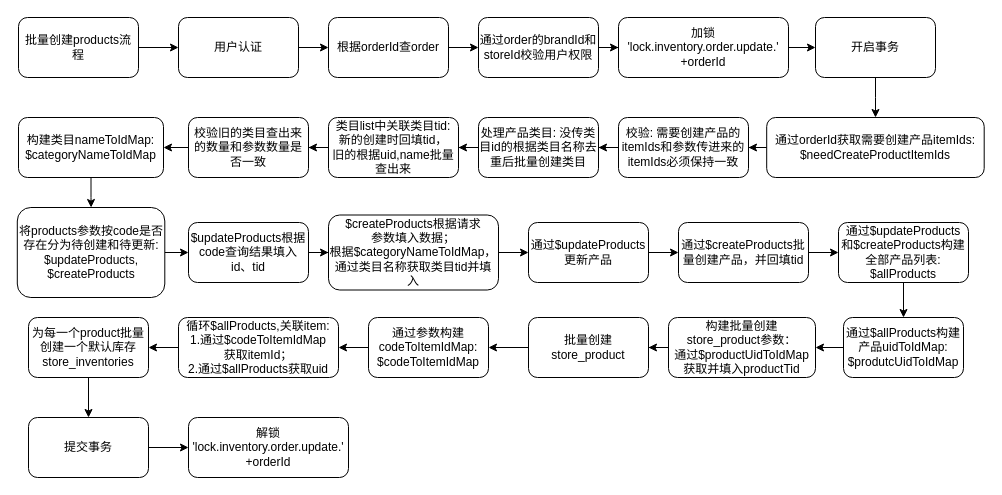
Above: 批量创建inventory_order_items的products.drawio in lecoboy/drawio (draw.io), before the change. Source tidied: cells renumbered, new cells numbered last; positions are measured from the earlier drawing's top-left corner, leaving out a move shared by most shapes. Both pictures are drawn from the tidied source at 100%, with x=0, y=0 at pixel (17, 17).
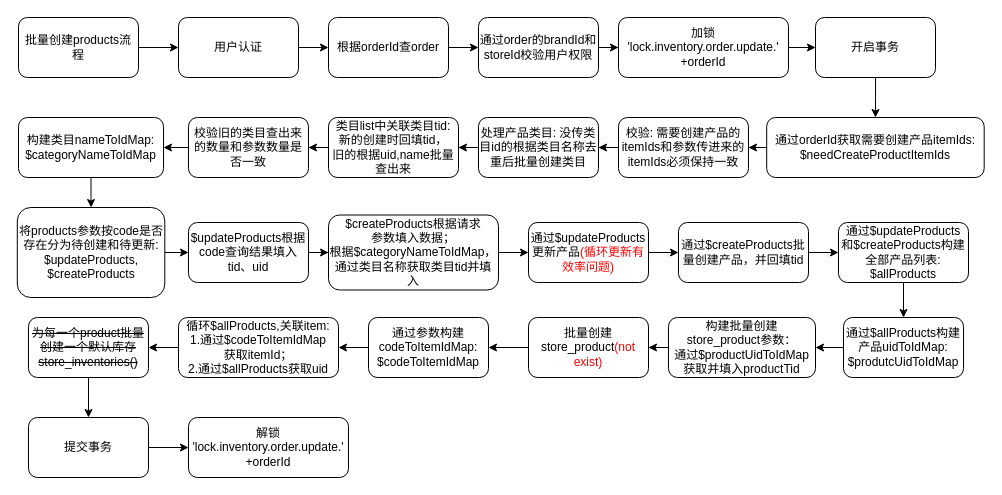
After the change.

Commit message:
更新批量创建inventory_order_items的products.drawio

The edit, as a diff of the source:
```diff
@@
-    <mxCell id="27" value="$updateProducts根据code查询结果填入id、tid" style="whiteSpace=wrap;html=1;rounded=1;" parent="1" vertex="1">
+    <mxCell id="27" value="$updateProducts根据code查询结果填入tid、uid" style="whiteSpace=wrap;html=1;rounded=1;" parent="1" vertex="1">
       <mxGeometry x="171" y="205" width="120" height="60" as="geometry" />
     </mxCell>
@@
-    <mxCell id="31" value="通过$updateProducts更新产品" style="whiteSpace=wrap;html=1;rounded=1;" parent="1" vertex="1">
+    <mxCell id="31" value="通过$updateProducts更新产品&lt;font color=&quot;#ff0000&quot;&gt;(循环更新有效率问题)&lt;/font&gt;" style="whiteSpace=wrap;html=1;rounded=1;" parent="1" vertex="1">
       <mxGeometry x="511" y="205" width="120" height="60" as="geometry" />
     </mxCell>
@@
-    <mxCell id="41" value="批量创建store_product" style="whiteSpace=wrap;html=1;rounded=1;" parent="1" vertex="1">
+    <mxCell id="41" value="批量创建store_product&lt;span style=&quot;color: rgb(255, 0, 0);&quot;&gt;(not exist)&lt;/span&gt;" style="whiteSpace=wrap;html=1;rounded=1;" parent="1" vertex="1">
       <mxGeometry x="511" y="300" width="120" height="60" as="geometry" />
     </mxCell>
@@
-    <mxCell id="47" value="为每一个product批量创建一个默认库存store_inventories" style="whiteSpace=wrap;html=1;rounded=1;" parent="1" vertex="1">
+    <mxCell id="47" value="&lt;strike&gt;为每一个product批量创建一个默认库存store_inventories()&lt;/strike&gt;" style="whiteSpace=wrap;html=1;rounded=1;" parent="1" vertex="1">
       <mxGeometry x="11" y="300" width="120" height="60" as="geometry" />
     </mxCell>
```
